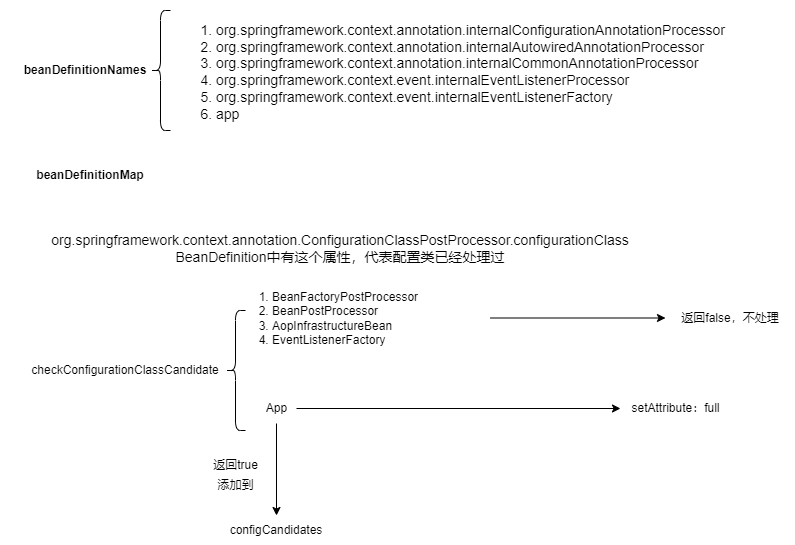
This is Spring/Spring源码分析.png from wjb0823/drawio, a draw.io export, as it was before one commit. Source tidied: cells renumbered, new cells last; positions are measured from the earlier drawing's top-left corner, leaving out a move shared by most shapes.
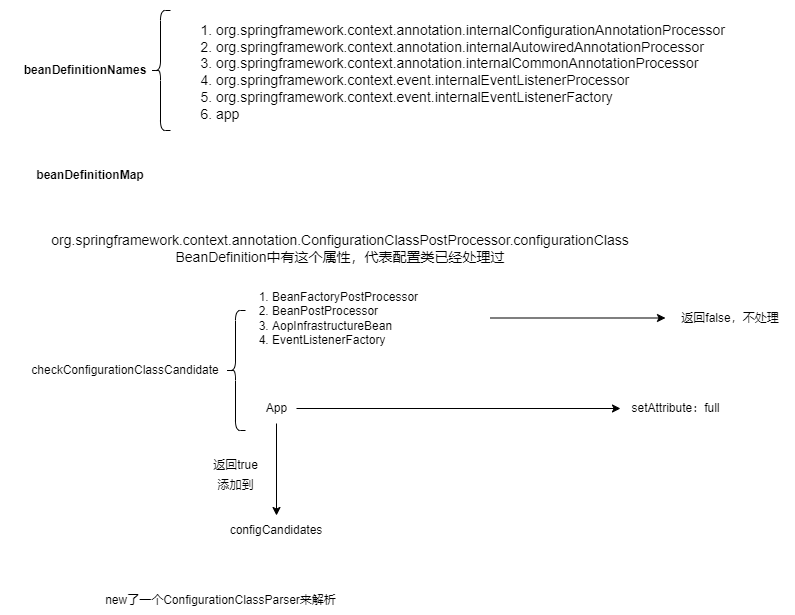
The same file after the commit.

Commit message:
更新Spring源码分析.png

Diff of the diagram source:
```diff
@@ -53,5 +53,8 @@
     <mxCell id="18" value="添加到" style="text;html=1;align=center;verticalAlign=middle;strokeColor=none;fillColor=none;" parent="1" vertex="1">
       <mxGeometry x="207.5" y="470" width="55" height="30" as="geometry" />
     </mxCell>
+    <mxCell id="19" value="new了一个ConfigurationClassParser来解析" style="text;html=1;align=center;verticalAlign=middle;strokeColor=none;fillColor=none;" parent="1" vertex="1">
+      <mxGeometry x="95" y="585" width="250" height="30" as="geometry" />
+    </mxCell>
   </root>
 </mxGraphModel>
```
